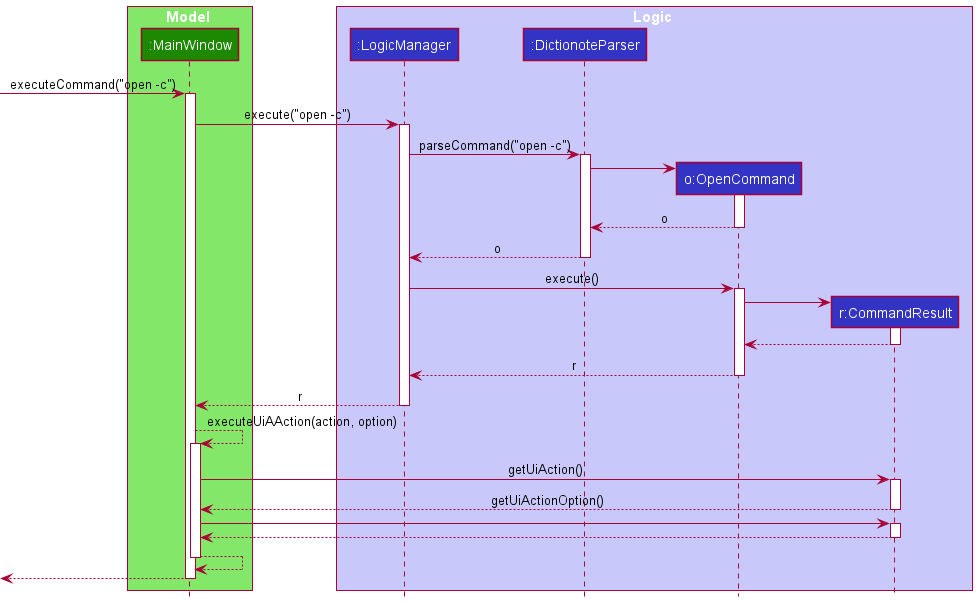
Before: docs/images/OpenCommandSequenceDiagram.png, a diagram exported from PlantUML (nus-cs2103-AY2021S2/tp).
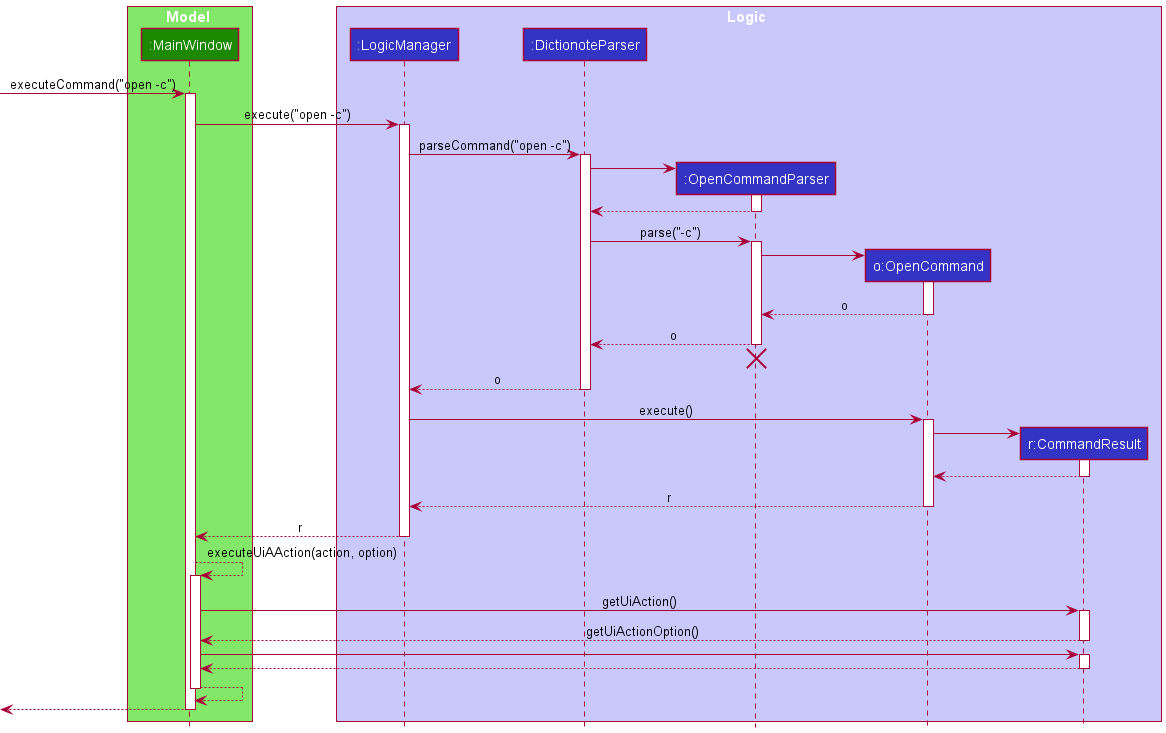
Later version of the same file.

Commit message:
fix open command sequence diagram

The edit, as a diff of the source:
```diff
@@ -8,6 +8,7 @@
 box Logic LOGIC_COLOR_T1
 participant ":LogicManager" as LogicManager LOGIC_COLOR
 participant ":DictionoteParser" as DictionoteParser LOGIC_COLOR
+participant ":OpenCommandParser" as OpenCommandParser LOGIC_COLOR
 participant "o:OpenCommand" as OpenCommand LOGIC_COLOR
 participant "r:CommandResult" as CommandResult LOGIC_COLOR
 end box
@@ -22,12 +23,28 @@
 LogicManager -> DictionoteParser : parseCommand("open -c")
 activate DictionoteParser
 
+create OpenCommandParser
+DictionoteParser -> OpenCommandParser
+activate OpenCommandParser
+
+OpenCommandParser --> DictionoteParser
+deactivate OpenCommandParser
+
+DictionoteParser -> OpenCommandParser : parse("-c")
+activate OpenCommandParser
+
 create OpenCommand
-DictionoteParser -> OpenCommand
+OpenCommandParser -> OpenCommand
 activate OpenCommand
 
-OpenCommand --> DictionoteParser : o
+OpenCommand --> OpenCommandParser : o
 deactivate OpenCommand
+
+OpenCommandParser --> DictionoteParser : o
+deactivate OpenCommandParser
+
+OpenCommandParser -[hidden]-> DictionoteParser
+destroy OpenCommandParser
 
 DictionoteParser --> LogicManager : o
 deactivate DictionoteParser
```
